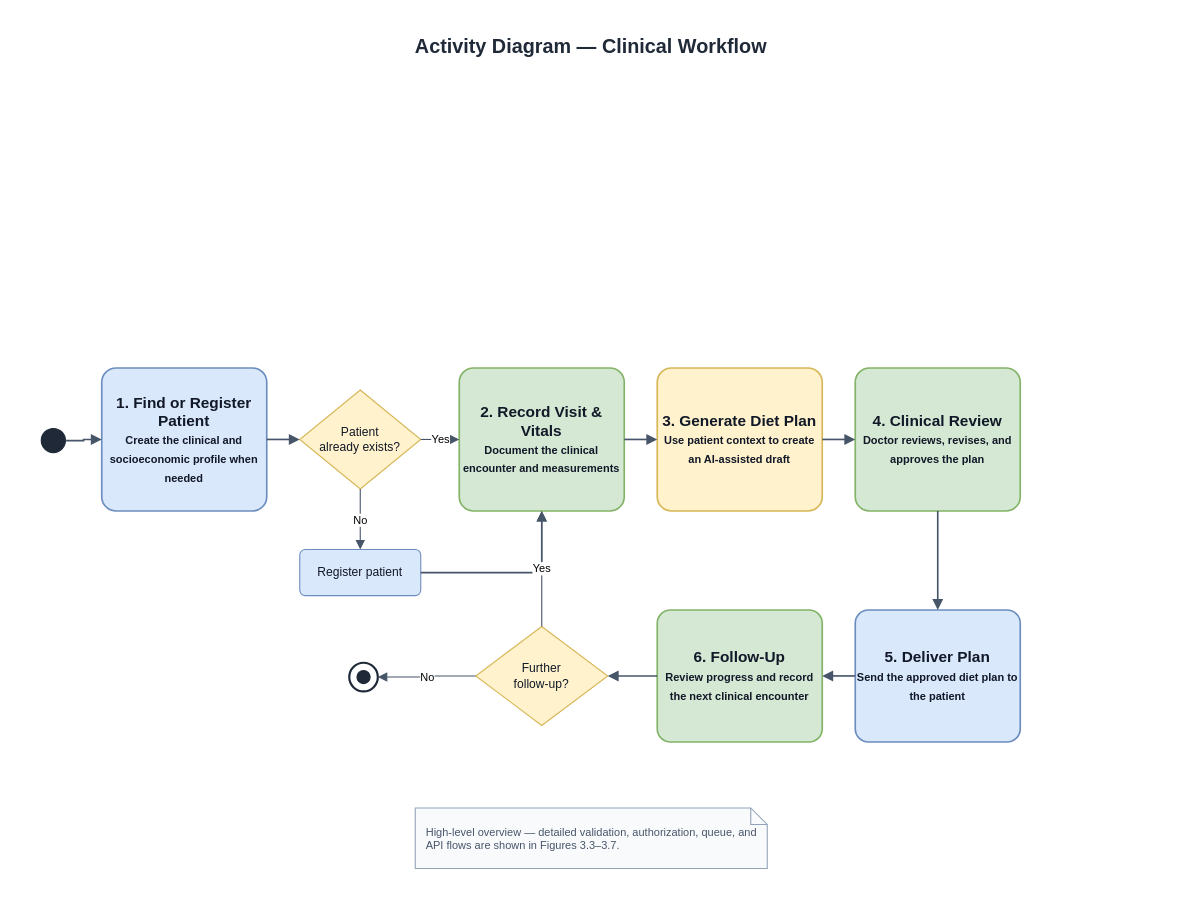
Earlier version of the draw.io diagram _docs_uni/_diagrams_new/3.8-clinical-workflow.drawio (amarHrvc/nutriledger). Source tidied: cells renumbered, new cells numbered last; positions are measured from the earlier drawing's top-left corner, leaving out a move shared by most shapes. Both pictures are drawn from the tidied source at 110%, with x=0, y=0 at pixel (41, 26).
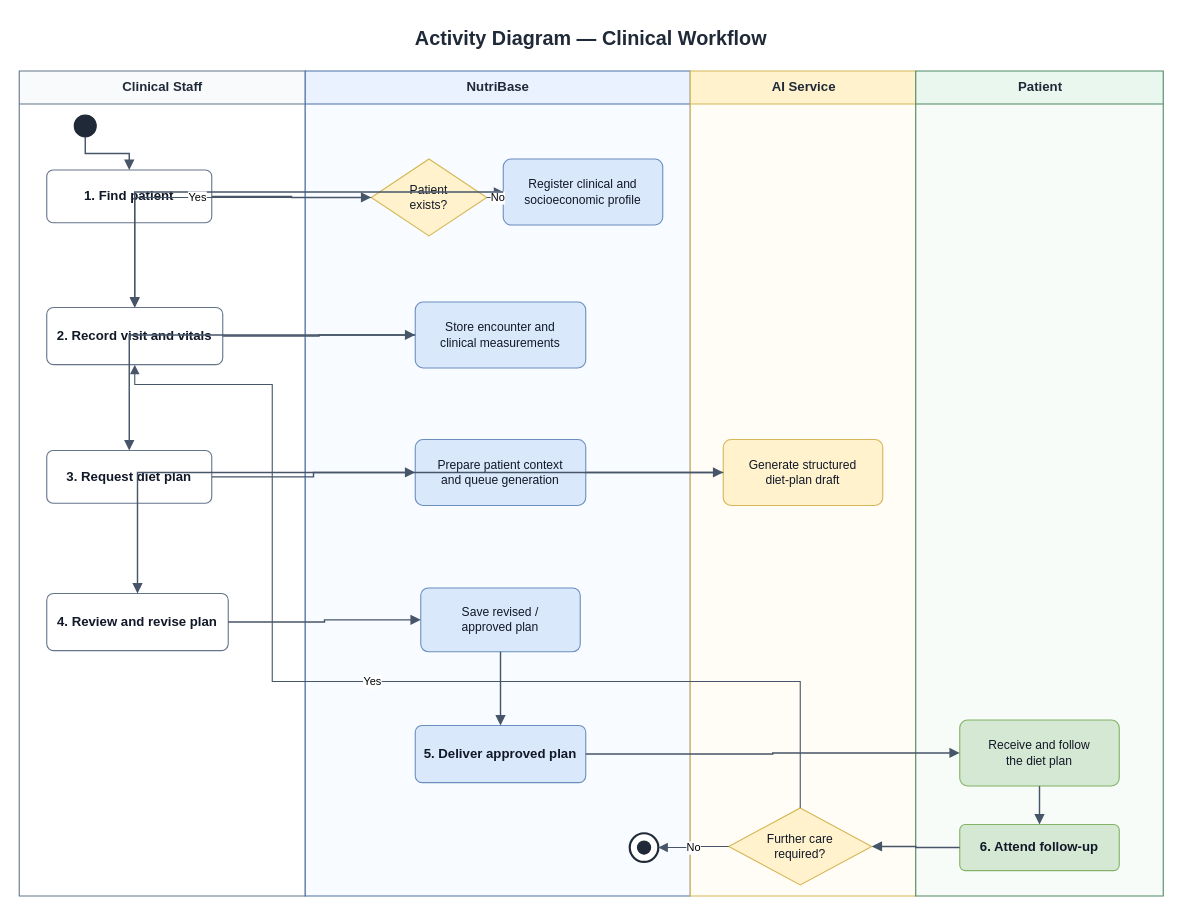
The same page after the edit.

Commit message:
docs: add swimlanes to clinical workflow

The edit, as a diff of the source:
```diff
@@
     <mxCell id="2" value="Activity Diagram — Clinical Workflow" style="text;html=1;whiteSpace=wrap;strokeColor=none;fillColor=none;align=center;verticalAlign=middle;fontSize=18;fontStyle=1;fontColor=#1F2937;" parent="1" vertex="1">
-      <mxGeometry x="225" width="550" height="35" as="geometry" />
+      <mxGeometry x="225" y="-7" width="550" height="35" as="geometry" />
     </mxCell>
+    <mxCell id="28" value="Clinical Staff" style="swimlane;html=1;horizontal=1;startSize=30;fillColor=#F8FAFC;swimlaneFillColor=#FFFFFF;strokeColor=#64748B;fontColor=#1F2937;fontSize=12;fontStyle=1;rounded=0;" parent="1" vertex="1">
+      <mxGeometry x="-20" y="40" width="260" height="750" as="geometry" />
+    </mxCell>
+    <mxCell id="29" value="NutriBase" style="swimlane;html=1;horizontal=1;startSize=30;fillColor=#EAF2FF;swimlaneFillColor=#F8FBFF;strokeColor=#4E73A8;fontColor=#1F2937;fontSize=12;fontStyle=1;rounded=0;" parent="1" vertex="1">
+      <mxGeometry x="240" y="40" width="350" height="750" as="geometry" />
+    </mxCell>
+    <mxCell id="30" value="AI Service" style="swimlane;html=1;horizontal=1;startSize=30;fillColor=#FFF2CC;swimlaneFillColor=#FFFDF5;strokeColor=#D6B656;fontColor=#1F2937;fontSize=12;fontStyle=1;rounded=0;" parent="1" vertex="1">
+      <mxGeometry x="590" y="40" width="205" height="750" as="geometry" />
+    </mxCell>
+    <mxCell id="31" value="Patient" style="swimlane;html=1;horizontal=1;startSize=30;fillColor=#EAF7EF;swimlaneFillColor=#F8FCF9;strokeColor=#4F8A64;fontColor=#1F2937;fontSize=12;fontStyle=1;rounded=0;" parent="1" vertex="1">
+      <mxGeometry x="795" y="40" width="225" height="750" as="geometry" />
+    </mxCell>
     <mxCell id="3" style="ellipse;html=1;fillColor=#1F2937;strokeColor=#1F2937;" parent="1" vertex="1">
-      <mxGeometry y="365" width="22" height="22" as="geometry" />
+      <mxGeometry x="30" y="80" width="20" height="20" as="geometry" />
     </mxCell>
-    <mxCell id="4" value="1. Find or Register Patient&lt;br&gt;&lt;font style=&quot;font-size:10px&quot;&gt;Create the clinical and socioeconomic profile when needed&lt;/font&gt;" style="rounded=1;whiteSpace=wrap;html=1;arcSize=10;fillColor=#DAE8FC;strokeColor=#6C8EBF;strokeWidth=1.5;fontColor=#111827;fontSize=14;fontStyle=1;" parent="1" vertex="1">
-      <mxGeometry x="55" y="310" width="150" height="130" as="geometry" />
-    </mxCell>
+    <mxCell id="32" value="1. Find patient" style="rounded=1;whiteSpace=wrap;html=1;arcSize=12;fillColor=#FFFFFF;strokeColor=#64748B;fontColor=#111827;fontSize=12;fontStyle=1;" parent="1" vertex="1">
+      <mxGeometry x="5" y="130" width="150" height="48" as="geometry" />
+    </mxCell>
-    <mxCell id="5" value="Patient&lt;br&gt;already exists?" style="rhombus;whiteSpace=wrap;html=1;fillColor=#FFF2CC;strokeColor=#D6B656;fontColor=#111827;fontSize=11;" parent="1" vertex="1">
-      <mxGeometry x="235" y="330" width="110" height="90" as="geometry" />
+    <mxCell id="5" value="Patient&lt;br&gt;exists?" style="rhombus;whiteSpace=wrap;html=1;fillColor=#FFF2CC;strokeColor=#D6B656;fontColor=#111827;fontSize=11;" parent="1" vertex="1">
+      <mxGeometry x="300" y="120" width="105" height="70" as="geometry" />
     </mxCell>
-    <mxCell id="6" value="Register patient" style="rounded=1;whiteSpace=wrap;html=1;arcSize=12;fillColor=#DAE8FC;strokeColor=#6C8EBF;fontColor=#111827;fontSize=11;" parent="1" vertex="1">
-      <mxGeometry x="235" y="475" width="110" height="42" as="geometry" />
-    </mxCell>
-    <mxCell id="7" value="2. Record Visit &amp; Vitals&lt;br&gt;&lt;font style=&quot;font-size:10px&quot;&gt;Document the clinical encounter and measurements&lt;/font&gt;" style="rounded=1;whiteSpace=wrap;html=1;arcSize=10;fillColor=#D5E8D4;strokeColor=#82B366;strokeWidth=1.5;fontColor=#111827;fontSize=14;fontStyle=1;" parent="1" vertex="1">
-      <mxGeometry x="380" y="310" width="150" height="130" as="geometry" />
-    </mxCell>
-    <mxCell id="8" value="3. Generate Diet Plan&lt;br&gt;&lt;font style=&quot;font-size:10px&quot;&gt;Use patient context to create an AI-assisted draft&lt;/font&gt;" style="rounded=1;whiteSpace=wrap;html=1;arcSize=10;fillColor=#FFF2CC;strokeColor=#D6B656;strokeWidth=1.5;fontColor=#111827;fontSize=14;fontStyle=1;" parent="1" vertex="1">
-      <mxGeometry x="560" y="310" width="150" height="130" as="geometry" />
-    </mxCell>
-    <mxCell id="9" value="4. Clinical Review&lt;br&gt;&lt;font style=&quot;font-size:10px&quot;&gt;Doctor reviews, revises, and approves the plan&lt;/font&gt;" style="rounded=1;whiteSpace=wrap;html=1;arcSize=10;fillColor=#D5E8D4;strokeColor=#82B366;strokeWidth=1.5;fontColor=#111827;fontSize=14;fontStyle=1;" parent="1" vertex="1">
-      <mxGeometry x="740" y="310" width="150" height="130" as="geometry" />
-    </mxCell>
-    <mxCell id="10" value="5. Deliver Plan&lt;br&gt;&lt;font style=&quot;font-size:10px&quot;&gt;Send the approved diet plan to the patient&lt;/font&gt;" style="rounded=1;whiteSpace=wrap;html=1;arcSize=10;fillColor=#DAE8FC;strokeColor=#6C8EBF;strokeWidth=1.5;fontColor=#111827;fontSize=14;fontStyle=1;" parent="1" vertex="1">
-      <mxGeometry x="740" y="530" width="150" height="120" as="geometry" />
-    </mxCell>
-    <mxCell id="11" value="6. Follow-Up&lt;br&gt;&lt;font style=&quot;font-size:10px&quot;&gt;Review progress and record the next clinical encounter&lt;/font&gt;" style="rounded=1;whiteSpace=wrap;html=1;arcSize=10;fillColor=#D5E8D4;strokeColor=#82B366;strokeWidth=1.5;fontColor=#111827;fontSize=14;fontStyle=1;" parent="1" vertex="1">
-      <mxGeometry x="560" y="530" width="150" height="120" as="geometry" />
-    </mxCell>
-    <mxCell id="12" value="Further&lt;br&gt;follow-up?" style="rhombus;whiteSpace=wrap;html=1;fillColor=#FFF2CC;strokeColor=#D6B656;fontColor=#111827;fontSize=11;" parent="1" vertex="1">
-      <mxGeometry x="395" y="545" width="120" height="90" as="geometry" />
-    </mxCell>
+    <mxCell id="33" value="Register clinical and&lt;br&gt;socioeconomic profile" style="rounded=1;whiteSpace=wrap;html=1;arcSize=12;fillColor=#DAE8FC;strokeColor=#6C8EBF;fontColor=#111827;fontSize=11;" parent="1" vertex="1">
+      <mxGeometry x="420" y="120" width="145" height="60" as="geometry" />
+    </mxCell>
+    <mxCell id="34" value="2. Record visit and vitals" style="rounded=1;whiteSpace=wrap;html=1;arcSize=12;fillColor=#FFFFFF;strokeColor=#64748B;fontColor=#111827;fontSize=12;fontStyle=1;" parent="1" vertex="1">
+      <mxGeometry x="5" y="255" width="160" height="52" as="geometry" />
+    </mxCell>
+    <mxCell id="35" value="Store encounter and&lt;br&gt;clinical measurements" style="rounded=1;whiteSpace=wrap;html=1;arcSize=12;fillColor=#DAE8FC;strokeColor=#6C8EBF;fontColor=#111827;fontSize=11;" parent="1" vertex="1">
+      <mxGeometry x="340" y="250" width="155" height="60" as="geometry" />
+    </mxCell>
+    <mxCell id="36" value="3. Request diet plan" style="rounded=1;whiteSpace=wrap;html=1;arcSize=12;fillColor=#FFFFFF;strokeColor=#64748B;fontColor=#111827;fontSize=12;fontStyle=1;" parent="1" vertex="1">
+      <mxGeometry x="5" y="385" width="150" height="48" as="geometry" />
+    </mxCell>
+    <mxCell id="37" value="Prepare patient context&lt;br&gt;and queue generation" style="rounded=1;whiteSpace=wrap;html=1;arcSize=12;fillColor=#DAE8FC;strokeColor=#6C8EBF;fontColor=#111827;fontSize=11;" parent="1" vertex="1">
+      <mxGeometry x="340" y="375" width="155" height="60" as="geometry" />
+    </mxCell>
+    <mxCell id="38" value="Generate structured&lt;br&gt;diet-plan draft" style="rounded=1;whiteSpace=wrap;html=1;arcSize=12;fillColor=#FFF2CC;strokeColor=#D6B656;fontColor=#111827;fontSize=11;" parent="1" vertex="1">
+      <mxGeometry x="620" y="375" width="145" height="60" as="geometry" />
+    </mxCell>
+    <mxCell id="39" value="4. Review and revise plan" style="rounded=1;whiteSpace=wrap;html=1;arcSize=12;fillColor=#FFFFFF;strokeColor=#64748B;fontColor=#111827;fontSize=12;fontStyle=1;" parent="1" vertex="1">
+      <mxGeometry x="5" y="515" width="165" height="52" as="geometry" />
+    </mxCell>
+    <mxCell id="40" value="Save revised /&lt;br&gt;approved plan" style="rounded=1;whiteSpace=wrap;html=1;arcSize=12;fillColor=#DAE8FC;strokeColor=#6C8EBF;fontColor=#111827;fontSize=11;" parent="1" vertex="1">
+      <mxGeometry x="345" y="510" width="145" height="58" as="geometry" />
+    </mxCell>
+    <mxCell id="41" value="5. Deliver approved plan" style="rounded=1;whiteSpace=wrap;html=1;arcSize=12;fillColor=#DAE8FC;strokeColor=#6C8EBF;fontColor=#111827;fontSize=12;fontStyle=1;" parent="1" vertex="1">
+      <mxGeometry x="340" y="635" width="155" height="52" as="geometry" />
+    </mxCell>
+    <mxCell id="42" value="Receive and follow&lt;br&gt;the diet plan" style="rounded=1;whiteSpace=wrap;html=1;arcSize=12;fillColor=#D5E8D4;strokeColor=#82B366;fontColor=#111827;fontSize=11;" parent="1" vertex="1">
+      <mxGeometry x="835" y="630" width="145" height="60" as="geometry" />
+    </mxCell>
+    <mxCell id="43" value="6. Attend follow-up" style="rounded=1;whiteSpace=wrap;html=1;arcSize=12;fillColor=#D5E8D4;strokeColor=#82B366;fontColor=#111827;fontSize=12;fontStyle=1;" parent="1" vertex="1">
+      <mxGeometry x="835" y="725" width="145" height="42" as="geometry" />
+    </mxCell>
+    <mxCell id="44" value="Further care&lt;br&gt;required?" style="rhombus;whiteSpace=wrap;html=1;fillColor=#FFF2CC;strokeColor=#D6B656;fontColor=#111827;fontSize=11;" parent="1" vertex="1">
+      <mxGeometry x="625" y="710" width="130" height="70" as="geometry" />
+    </mxCell>
     <mxCell id="13" style="ellipse;html=1;fillColor=#FFFFFF;strokeColor=#1F2937;strokeWidth=2;" parent="1" vertex="1">
-      <mxGeometry x="280" y="578" width="26" height="26" as="geometry" />
+      <mxGeometry x="535" y="733" width="26" height="26" as="geometry" />
     </mxCell>
     <mxCell id="14" style="ellipse;html=1;fillColor=#1F2937;strokeColor=#1F2937;" parent="1" vertex="1">
-      <mxGeometry x="287" y="585" width="12" height="12" as="geometry" />
+      <mxGeometry x="542" y="740" width="12" height="12" as="geometry" />
     </mxCell>
-    <mxCell id="15" value="High-level overview — detailed validation, authorization, queue, and API flows are shown in Figures 3.3–3.7." style="shape=note;whiteSpace=wrap;html=1;size=15;fillColor=#F8FAFC;strokeColor=#94A3B8;fontColor=#475569;fontSize=10;align=left;spacingLeft=8;" parent="1" vertex="1">
-      <mxGeometry x="340" y="710" width="320" height="55" as="geometry" />
-    </mxCell>
-    <mxCell id="16" style="edgeStyle=orthogonalEdgeStyle;rounded=0;html=1;endArrow=block;endFill=1;strokeColor=#475569;strokeWidth=1.5;" parent="1" edge="1" source="3" target="4">
+    <mxCell id="16" style="edgeStyle=orthogonalEdgeStyle;rounded=0;html=1;endArrow=block;endFill=1;strokeColor=#475569;strokeWidth=1.3;" parent="1" edge="1" source="3" target="32">
       <mxGeometry relative="1" as="geometry" />
     </mxCell>
-    <mxCell id="17" style="edgeStyle=orthogonalEdgeStyle;rounded=0;html=1;endArrow=block;endFill=1;strokeColor=#475569;strokeWidth=1.5;" parent="1" edge="1" source="4" target="5">
+    <mxCell id="17" style="edgeStyle=orthogonalEdgeStyle;rounded=0;html=1;endArrow=block;endFill=1;strokeColor=#475569;strokeWidth=1.3;" parent="1" edge="1" source="32" target="5">
       <mxGeometry relative="1" as="geometry" />
     </mxCell>
-    <mxCell id="18" value="No" style="edgeStyle=orthogonalEdgeStyle;rounded=0;html=1;endArrow=block;endFill=1;strokeColor=#475569;fontSize=10;" parent="1" edge="1" source="5" target="6">
+    <mxCell id="18" value="No" style="edgeStyle=orthogonalEdgeStyle;rounded=0;html=1;endArrow=block;endFill=1;strokeColor=#475569;fontSize=10;" parent="1" edge="1" source="5" target="33">
       <mxGeometry relative="1" as="geometry" />
     </mxCell>
-    <mxCell id="19" style="edgeStyle=orthogonalEdgeStyle;rounded=0;html=1;endArrow=block;endFill=1;strokeColor=#475569;strokeWidth=1.5;" parent="1" edge="1" source="6" target="7">
+    <mxCell id="19" style="edgeStyle=orthogonalEdgeStyle;rounded=0;html=1;endArrow=block;endFill=1;strokeColor=#475569;strokeWidth=1.3;" parent="1" edge="1" source="33" target="34">
       <mxGeometry relative="1" as="geometry" />
     </mxCell>
-    <mxCell id="20" value="Yes" style="edgeStyle=orthogonalEdgeStyle;rounded=0;html=1;endArrow=block;endFill=1;strokeColor=#475569;fontSize=10;" parent="1" edge="1" source="5" target="7">
+    <mxCell id="20" value="Yes" style="edgeStyle=orthogonalEdgeStyle;rounded=0;html=1;endArrow=block;endFill=1;strokeColor=#475569;fontSize=10;" parent="1" edge="1" source="5" target="34">
       <mxGeometry relative="1" as="geometry" />
     </mxCell>
-    <mxCell id="21" style="edgeStyle=orthogonalEdgeStyle;rounded=0;html=1;endArrow=block;endFill=1;strokeColor=#475569;strokeWidth=1.5;" parent="1" edge="1" source="7" target="8">
+    <mxCell id="21" style="edgeStyle=orthogonalEdgeStyle;rounded=0;html=1;endArrow=block;endFill=1;strokeColor=#475569;strokeWidth=1.3;" parent="1" edge="1" source="34" target="35">
       <mxGeometry relative="1" as="geometry" />
     </mxCell>
-    <mxCell id="22" style="edgeStyle=orthogonalEdgeStyle;rounded=0;html=1;endArrow=block;endFill=1;strokeColor=#475569;strokeWidth=1.5;" parent="1" edge="1" source="8" target="9">
+    <mxCell id="22" style="edgeStyle=orthogonalEdgeStyle;rounded=0;html=1;endArrow=block;endFill=1;strokeColor=#475569;strokeWidth=1.3;" parent="1" edge="1" source="35" target="36">
       <mxGeometry relative="1" as="geometry" />
     </mxCell>
-    <mxCell id="23" style="edgeStyle=orthogonalEdgeStyle;rounded=0;html=1;endArrow=block;endFill=1;strokeColor=#475569;strokeWidth=1.5;" parent="1" edge="1" source="9" target="10">
+    <mxCell id="23" style="edgeStyle=orthogonalEdgeStyle;rounded=0;html=1;endArrow=block;endFill=1;strokeColor=#475569;strokeWidth=1.3;" parent="1" edge="1" source="36" target="37">
       <mxGeometry relative="1" as="geometry" />
     </mxCell>
-    <mxCell id="24" style="edgeStyle=orthogonalEdgeStyle;rounded=0;html=1;endArrow=block;endFill=1;strokeColor=#475569;strokeWidth=1.5;" parent="1" edge="1" source="10" target="11">
+    <mxCell id="24" style="edgeStyle=orthogonalEdgeStyle;rounded=0;html=1;endArrow=block;endFill=1;strokeColor=#475569;strokeWidth=1.3;" parent="1" edge="1" source="37" target="38">
       <mxGeometry relative="1" as="geometry" />
     </mxCell>
-    <mxCell id="25" style="edgeStyle=orthogonalEdgeStyle;rounded=0;html=1;endArrow=block;endFill=1;strokeColor=#475569;strokeWidth=1.5;" parent="1" edge="1" source="11" target="12">
+    <mxCell id="25" style="edgeStyle=orthogonalEdgeStyle;rounded=0;html=1;endArrow=block;endFill=1;strokeColor=#475569;strokeWidth=1.3;" parent="1" edge="1" source="38" target="39">
       <mxGeometry relative="1" as="geometry" />
     </mxCell>
-    <mxCell id="26" value="No" style="edgeStyle=orthogonalEdgeStyle;rounded=0;html=1;endArrow=block;endFill=1;strokeColor=#475569;fontSize=10;" parent="1" edge="1" source="12" target="13">
+    <mxCell id="26" style="edgeStyle=orthogonalEdgeStyle;rounded=0;html=1;endArrow=block;endFill=1;strokeColor=#475569;strokeWidth=1.3;" parent="1" edge="1" source="39" target="40">
       <mxGeometry relative="1" as="geometry" />
     </mxCell>
-    <mxCell id="27" value="Yes" style="edgeStyle=orthogonalEdgeStyle;rounded=0;html=1;endArrow=block;endFill=1;strokeColor=#475569;fontSize=10;exitX=0.5;exitY=0;entryX=0.5;entryY=1;" parent="1" edge="1" source="12" target="7">
-      <mxGeometry relative="1" as="geometry">
-        <Array as="points">
-          <mxPoint x="455" y="490" />
-        </Array>
-      </mxGeometry>
+    <mxCell id="27" style="edgeStyle=orthogonalEdgeStyle;rounded=0;html=1;endArrow=block;endFill=1;strokeColor=#475569;strokeWidth=1.3;" parent="1" edge="1" source="40" target="41">
+      <mxGeometry relative="1" as="geometry" />
     </mxCell>
+    <mxCell id="45" style="edgeStyle=orthogonalEdgeStyle;rounded=0;html=1;endArrow=block;endFill=1;strokeColor=#475569;strokeWidth=1.3;" parent="1" edge="1" source="41" target="42">
+      <mxGeometry relative="1" as="geometry" />
+    </mxCell>
+    <mxCell id="46" style="edgeStyle=orthogonalEdgeStyle;rounded=0;html=1;endArrow=block;endFill=1;strokeColor=#475569;strokeWidth=1.3;" parent="1" edge="1" source="42" target="43">
+      <mxGeometry relative="1" as="geometry" />
+    </mxCell>
+    <mxCell id="47" style="edgeStyle=orthogonalEdgeStyle;rounded=0;html=1;endArrow=block;endFill=1;strokeColor=#475569;strokeWidth=1.3;" parent="1" edge="1" source="43" target="44">
+      <mxGeometry relative="1" as="geometry" />
+    </mxCell>
+    <mxCell id="48" value="No" style="edgeStyle=orthogonalEdgeStyle;rounded=0;html=1;endArrow=block;endFill=1;strokeColor=#475569;fontSize=10;" parent="1" edge="1" source="44" target="13">
+      <mxGeometry relative="1" as="geometry" />
+    </mxCell>
+    <mxCell id="49" value="Yes" style="edgeStyle=orthogonalEdgeStyle;rounded=0;html=1;endArrow=block;endFill=1;strokeColor=#475569;fontSize=10;exitX=0.5;exitY=0;entryX=0.5;entryY=1;" parent="1" edge="1" source="44" target="34">
+      <mxGeometry relative="1" as="geometry">
+        <Array as="points">
+          <mxPoint x="690" y="595" />
+          <mxPoint x="210" y="595" />
+          <mxPoint x="210" y="325" />
+          <mxPoint x="85" y="325" />
+        </Array>
+      </mxGeometry>
+    </mxCell>
```
